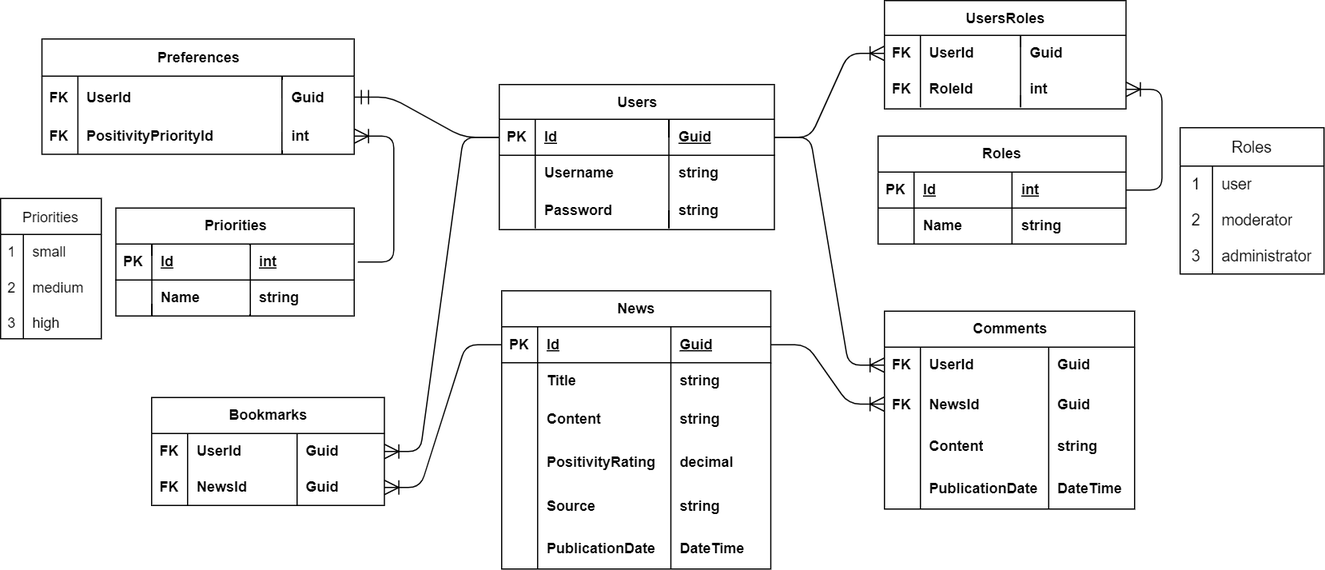
Before: db.drawio.png, a diagram exported from draw.io (MikiW03/NewsWave). Source tidied: cells renumbered, new cells last; positions are measured from the earlier drawing's top-left corner, leaving out a move shared by most shapes.
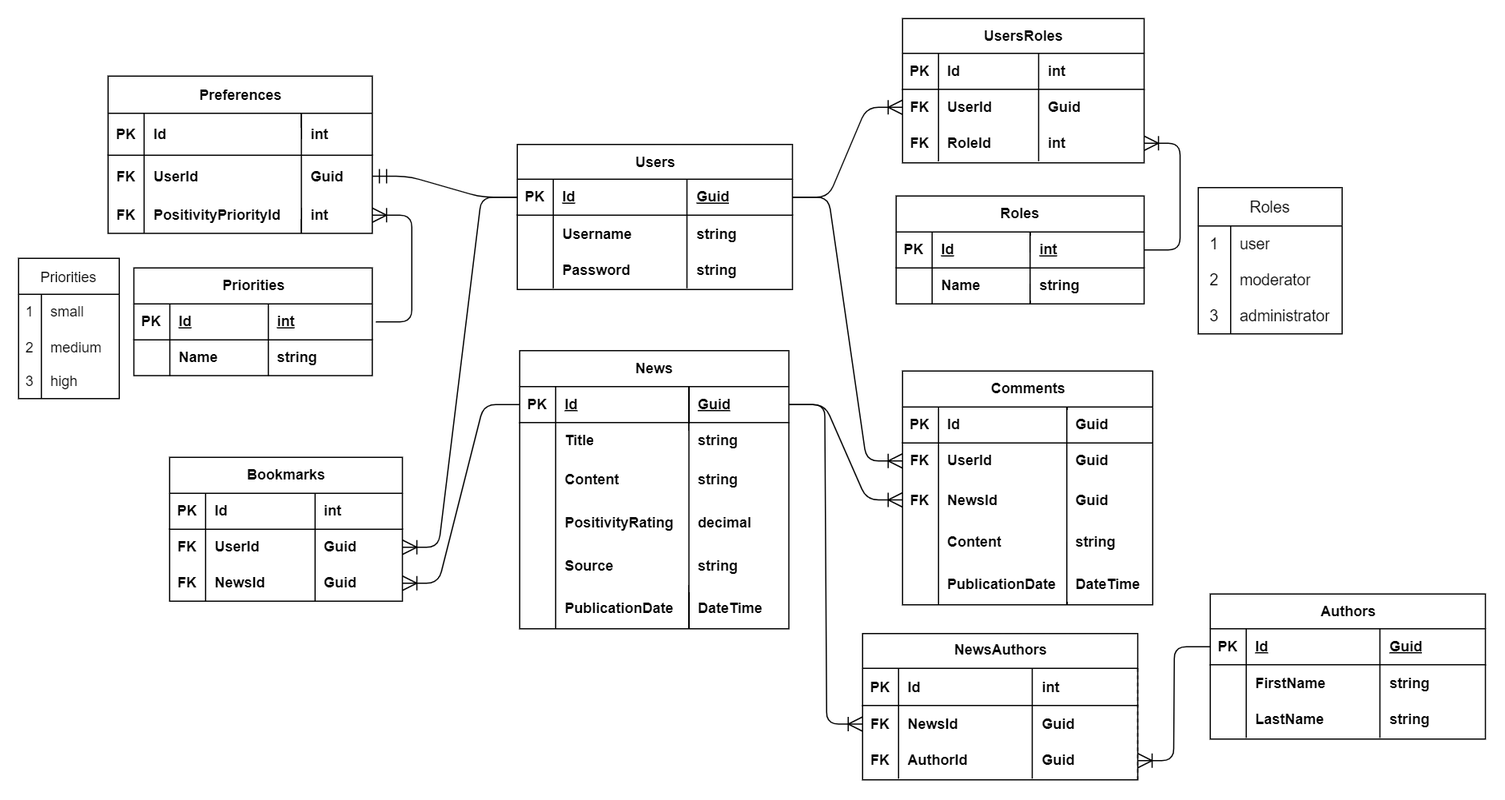
Later version of the same file.

Commit message:
Update db schema draft

The edit, as a diff of the source:
```diff
@@ -119,6 +119,18 @@
     <mxCell id="40" value="Comments" style="shape=table;startSize=30;rowLines=0;fontStyle=1;align=center;html=1;rounded=0;" parent="1" vertex="1">
-      <mxGeometry x="737.3" y="259" width="208.6" height="165" as="geometry" />
+      <mxGeometry x="737.3" y="259" width="208.6" height="195" as="geometry" />
     </mxCell>
+    <mxCell id="130" style="shape=tableRow;horizontal=0;startSize=0;swimlaneHead=0;swimlaneBody=0;fillColor=none;top=0;left=0;right=0;bottom=1;rounded=0;" parent="40" vertex="1">
+      <mxGeometry y="30" width="208.6" height="30" as="geometry" />
+    </mxCell>
+    <mxCell id="131" value="&lt;b&gt;PK&lt;/b&gt;" style="shape=partialRectangle;fillColor=none;top=0;left=0;bottom=0;right=0;overflow=hidden;whiteSpace=wrap;html=1;rounded=0;" parent="130" vertex="1">
+      <mxGeometry width="30" height="30" as="geometry" />
+    </mxCell>
+    <mxCell id="132" value="&lt;b&gt;Id&lt;/b&gt;" style="shape=partialRectangle;fillColor=none;top=0;left=0;bottom=0;right=0;align=left;spacingLeft=6;overflow=hidden;whiteSpace=wrap;html=1;rounded=0;" parent="130" vertex="1">
+      <mxGeometry x="30" width="107" height="30" as="geometry" />
+    </mxCell>
+    <mxCell id="133" value="Guid" style="shape=partialRectangle;fillColor=none;top=0;left=0;bottom=0;right=0;align=left;spacingLeft=6;overflow=hidden;whiteSpace=wrap;html=1;rounded=0;fontStyle=1;" parent="130" vertex="1">
+      <mxGeometry x="137" width="71.6" height="30" as="geometry" />
+    </mxCell>
     <mxCell id="41" style="shape=tableRow;horizontal=0;startSize=0;swimlaneHead=0;swimlaneBody=0;fillColor=none;points=[[0,0.5],[1,0.5]];portConstraint=eastwest;top=0;left=0;right=0;bottom=0;rounded=0;" parent="40" vertex="1">
-      <mxGeometry y="30" width="208.6" height="30" as="geometry" />
+      <mxGeometry y="60" width="208.6" height="30" as="geometry" />
     </mxCell>
@@ -134,3 +146,3 @@
     <mxCell id="45" style="shape=tableRow;horizontal=0;startSize=0;swimlaneHead=0;swimlaneBody=0;fillColor=none;points=[[0,0.5],[1,0.5]];portConstraint=eastwest;top=0;left=0;right=0;bottom=0;fontStyle=1;rounded=0;" parent="40" vertex="1">
-      <mxGeometry y="60" width="208.6" height="35" as="geometry" />
+      <mxGeometry y="90" width="208.6" height="35" as="geometry" />
     </mxCell>
@@ -146,3 +158,3 @@
     <mxCell id="49" style="shape=tableRow;horizontal=0;startSize=0;swimlaneHead=0;swimlaneBody=0;fillColor=none;top=0;left=0;right=0;bottom=0;fontStyle=1;rounded=0;" parent="40" vertex="1">
-      <mxGeometry y="95" width="208.6" height="35" as="geometry" />
+      <mxGeometry y="125" width="208.6" height="35" as="geometry" />
     </mxCell>
@@ -158,3 +170,3 @@
     <mxCell id="53" style="shape=tableRow;horizontal=0;startSize=0;swimlaneHead=0;swimlaneBody=0;fillColor=none;top=0;left=0;right=0;bottom=0;fontStyle=1;rounded=0;" parent="40" vertex="1">
-      <mxGeometry y="130" width="208.6" height="35" as="geometry" />
+      <mxGeometry y="160" width="208.6" height="35" as="geometry" />
     </mxCell>
@@ -203,6 +215,18 @@
     <mxCell id="68" value="UsersRoles" style="shape=table;startSize=29;rowLines=0;fontStyle=1;align=center;html=1;rounded=0;" parent="1" vertex="1">
-      <mxGeometry x="737.3" width="201.5" height="90.3" as="geometry" />
+      <mxGeometry x="737.3" y="-35" width="201.5" height="120.3" as="geometry" />
     </mxCell>
+    <mxCell id="134" style="shape=tableRow;horizontal=0;startSize=0;swimlaneHead=0;swimlaneBody=0;fillColor=none;top=0;left=0;right=0;bottom=1;rounded=0;" parent="68" vertex="1">
+      <mxGeometry y="29" width="201.5" height="30" as="geometry" />
+    </mxCell>
+    <mxCell id="135" value="&lt;b&gt;PK&lt;/b&gt;" style="shape=partialRectangle;fillColor=none;top=0;left=0;bottom=0;right=0;overflow=hidden;whiteSpace=wrap;html=1;rounded=0;" parent="134" vertex="1">
+      <mxGeometry width="30" height="30" as="geometry" />
+    </mxCell>
+    <mxCell id="136" value="&lt;b&gt;Id&lt;/b&gt;" style="shape=partialRectangle;fillColor=none;top=0;left=0;bottom=0;right=0;align=left;spacingLeft=6;overflow=hidden;whiteSpace=wrap;html=1;rounded=0;" parent="134" vertex="1">
+      <mxGeometry x="30" width="83.5" height="30" as="geometry" />
+    </mxCell>
+    <mxCell id="137" value="&lt;b&gt;int&lt;/b&gt;" style="shape=partialRectangle;fillColor=none;top=0;left=0;bottom=0;right=0;align=left;spacingLeft=6;overflow=hidden;whiteSpace=wrap;html=1;rounded=0;" parent="134" vertex="1">
+      <mxGeometry x="113.5" width="88" height="30" as="geometry" />
+    </mxCell>
     <mxCell id="69" style="shape=tableRow;horizontal=0;startSize=0;swimlaneHead=0;swimlaneBody=0;fillColor=none;points=[[0,0.5],[1,0.5]];portConstraint=eastwest;top=0;left=0;right=0;bottom=0;rounded=0;" parent="68" vertex="1">
-      <mxGeometry y="29" width="201.5" height="30" as="geometry" />
+      <mxGeometry y="59" width="201.5" height="30" as="geometry" />
     </mxCell>
@@ -218,3 +242,3 @@
     <mxCell id="73" style="shape=tableRow;horizontal=0;startSize=0;swimlaneHead=0;swimlaneBody=0;fillColor=none;points=[[0,0.5],[1,0.5]];portConstraint=eastwest;top=0;left=0;right=0;bottom=0;rounded=0;" parent="68" vertex="1">
-      <mxGeometry y="59" width="201.5" height="30" as="geometry" />
+      <mxGeometry y="89" width="201.5" height="30" as="geometry" />
     </mxCell>
@@ -237,6 +261,18 @@
     <mxCell id="78" value="Bookmarks" style="shape=table;startSize=30;rowLines=0;fontStyle=1;align=center;html=1;rounded=0;" parent="1" vertex="1">
-      <mxGeometry x="126" y="331" width="194.2" height="90" as="geometry" />
+      <mxGeometry x="126" y="331" width="194.2" height="120" as="geometry" />
     </mxCell>
+    <mxCell id="138" style="shape=tableRow;horizontal=0;startSize=0;swimlaneHead=0;swimlaneBody=0;fillColor=none;top=0;left=0;right=0;bottom=1;rounded=0;" parent="78" vertex="1">
+      <mxGeometry y="30" width="194.2" height="30" as="geometry" />
+    </mxCell>
+    <mxCell id="139" value="PK" style="shape=partialRectangle;fillColor=none;top=0;left=0;bottom=0;right=0;overflow=hidden;whiteSpace=wrap;html=1;rounded=0;fontStyle=1;" parent="138" vertex="1">
+      <mxGeometry width="30" height="30" as="geometry" />
+    </mxCell>
+    <mxCell id="140" value="Id" style="shape=partialRectangle;fillColor=none;top=0;left=0;bottom=0;right=0;align=left;spacingLeft=6;overflow=hidden;whiteSpace=wrap;html=1;rounded=0;fontStyle=1;" parent="138" vertex="1">
+      <mxGeometry x="30" width="91.3" height="30" as="geometry" />
+    </mxCell>
+    <mxCell id="141" value="int" style="shape=partialRectangle;fillColor=none;top=0;left=0;bottom=0;right=0;align=left;spacingLeft=6;overflow=hidden;whiteSpace=wrap;html=1;rounded=0;fontStyle=1;" parent="138" vertex="1">
+      <mxGeometry x="121.3" width="72.9" height="30" as="geometry" />
+    </mxCell>
     <mxCell id="79" style="shape=tableRow;horizontal=0;startSize=0;swimlaneHead=0;swimlaneBody=0;fillColor=none;points=[[0,0.5],[1,0.5]];portConstraint=eastwest;top=0;left=0;right=0;bottom=0;rounded=0;" parent="78" vertex="1">
-      <mxGeometry y="30" width="194.2" height="30" as="geometry" />
+      <mxGeometry y="60" width="194.2" height="30" as="geometry" />
     </mxCell>
@@ -252,3 +288,3 @@
     <mxCell id="83" style="shape=tableRow;horizontal=0;startSize=0;swimlaneHead=0;swimlaneBody=0;fillColor=none;points=[[0,0.5],[1,0.5]];portConstraint=eastwest;top=0;left=0;right=0;bottom=0;rounded=0;" parent="78" vertex="1">
-      <mxGeometry y="60" width="194.2" height="30" as="geometry" />
+      <mxGeometry y="90" width="194.2" height="30" as="geometry" />
     </mxCell>
@@ -284,6 +320,18 @@
     <mxCell id="91" value="Preferences" style="shape=table;startSize=31;rowLines=0;fontStyle=1;align=center;html=1;rounded=0;" parent="1" vertex="1">
-      <mxGeometry x="34.5" y="32" width="260.5" height="96.2" as="geometry" />
+      <mxGeometry x="74.7" y="13" width="220.2" height="131.2" as="geometry" />
     </mxCell>
+    <mxCell id="142" style="shape=tableRow;horizontal=0;startSize=0;swimlaneHead=0;swimlaneBody=0;fillColor=none;top=0;left=0;right=0;bottom=1;rounded=0;fontStyle=0;swimlaneFillColor=none;swimlaneLine=1;" parent="91" vertex="1">
+      <mxGeometry y="31" width="220.2" height="35" as="geometry" />
+    </mxCell>
+    <mxCell id="143" value="PK" style="shape=partialRectangle;fillColor=none;top=0;left=0;bottom=0;right=0;overflow=hidden;whiteSpace=wrap;html=1;rounded=0;fontStyle=1;" parent="142" vertex="1">
+      <mxGeometry width="30" height="35" as="geometry" />
+    </mxCell>
+    <mxCell id="144" value="&lt;b&gt;Id&lt;/b&gt;" style="shape=partialRectangle;fillColor=none;top=0;left=0;bottom=0;right=0;align=left;spacingLeft=6;overflow=hidden;whiteSpace=wrap;html=1;rounded=0;strokeWidth=14;" parent="142" vertex="1">
+      <mxGeometry x="30" width="131.2" height="35" as="geometry" />
+    </mxCell>
+    <mxCell id="145" value="int" style="shape=partialRectangle;fillColor=none;top=0;left=0;bottom=0;right=0;align=left;spacingLeft=6;overflow=hidden;whiteSpace=wrap;html=1;rounded=0;strokeWidth=0;fontStyle=1;" parent="142" vertex="1">
+      <mxGeometry x="161.2" width="59.1" height="35" as="geometry" />
+    </mxCell>
     <mxCell id="92" style="shape=tableRow;horizontal=0;startSize=0;swimlaneHead=0;swimlaneBody=0;fillColor=none;points=[[0,0.5],[1,0.5]];portConstraint=eastwest;top=0;left=0;right=0;bottom=0;rounded=0;" parent="91" vertex="1">
-      <mxGeometry y="31" width="260.5" height="35" as="geometry" />
+      <mxGeometry y="66" width="220.2" height="35" as="geometry" />
     </mxCell>
@@ -293,9 +341,9 @@
     <mxCell id="94" value="&lt;b&gt;UserId&lt;/b&gt;" style="shape=partialRectangle;fillColor=none;top=0;left=0;bottom=0;right=0;align=left;spacingLeft=6;overflow=hidden;whiteSpace=wrap;html=1;rounded=0;" parent="92" vertex="1">
-      <mxGeometry x="30" width="170.2" height="35" as="geometry" />
+      <mxGeometry x="30" width="131.2" height="35" as="geometry" />
     </mxCell>
     <mxCell id="95" value="&lt;b&gt;Guid&lt;/b&gt;" style="shape=partialRectangle;fillColor=none;top=0;left=0;bottom=0;right=0;align=left;spacingLeft=6;overflow=hidden;whiteSpace=wrap;html=1;rounded=0;strokeWidth=0;" parent="92" vertex="1">
-      <mxGeometry x="200.2" width="60.2" height="35" as="geometry" />
+      <mxGeometry x="161.2" width="59.1" height="35" as="geometry" />
     </mxCell>
     <mxCell id="96" style="shape=tableRow;horizontal=0;startSize=0;swimlaneHead=0;swimlaneBody=0;fillColor=none;points=[[0,0.5],[1,0.5]];portConstraint=eastwest;top=0;left=0;right=0;bottom=0;rounded=0;" parent="91" vertex="1">
-      <mxGeometry y="66" width="260.5" height="30" as="geometry" />
+      <mxGeometry y="101" width="220.2" height="30" as="geometry" />
     </mxCell>
@@ -305,9 +353,9 @@
     <mxCell id="98" value="&lt;b&gt;PositivityPriorityId&lt;/b&gt;" style="shape=partialRectangle;fillColor=none;top=0;left=0;bottom=0;right=0;align=left;spacingLeft=6;overflow=hidden;whiteSpace=wrap;html=1;rounded=0;" parent="96" vertex="1">
-      <mxGeometry x="30" width="170.2" height="30" as="geometry" />
+      <mxGeometry x="30" width="131.2" height="30" as="geometry" />
     </mxCell>
     <mxCell id="99" value="&lt;b&gt;int&lt;/b&gt;" style="shape=partialRectangle;fillColor=none;top=0;left=0;bottom=0;right=0;align=left;spacingLeft=6;overflow=hidden;whiteSpace=wrap;html=1;rounded=0;" parent="96" vertex="1">
-      <mxGeometry x="200.2" width="60.2" height="30" as="geometry" />
+      <mxGeometry x="161.2" width="59.1" height="30" as="geometry" />
     </mxCell>
     <mxCell id="100" value="Priorities" style="shape=table;startSize=30;rowLines=0;fontStyle=1;align=center;html=1;rounded=0;" parent="1" vertex="1">
-      <mxGeometry x="96.2" y="173" width="198.8" height="90" as="geometry" />
+      <mxGeometry x="96.2" y="173" width="198.8" height="89.8" as="geometry" />
     </mxCell>
@@ -402,2 +450,86 @@
     </mxCell>
+    <mxCell id="146" value="Authors" style="shape=table;startSize=29;rowLines=0;fontStyle=1;align=center;html=1;rounded=0;" parent="1" vertex="1">
+      <mxGeometry x="994" y="445" width="229.5" height="121.1" as="geometry" />
+    </mxCell>
+    <mxCell id="147" style="shape=tableRow;horizontal=0;startSize=0;swimlaneHead=0;swimlaneBody=0;fillColor=none;points=[[0,0.5],[1,0.5]];portConstraint=eastwest;top=0;left=0;right=0;bottom=1;rounded=0;" parent="146" vertex="1">
+      <mxGeometry y="29" width="229.5" height="30" as="geometry" />
+    </mxCell>
+    <mxCell id="148" value="PK" style="shape=partialRectangle;fillColor=none;top=0;left=0;bottom=0;right=0;fontStyle=1;overflow=hidden;whiteSpace=wrap;html=1;rounded=0;" parent="147" vertex="1">
+      <mxGeometry width="30" height="30" as="geometry" />
+    </mxCell>
+    <mxCell id="149" value="Id" style="shape=partialRectangle;fillColor=none;top=0;left=0;bottom=0;right=0;align=left;spacingLeft=6;fontStyle=5;overflow=hidden;whiteSpace=wrap;html=1;rounded=0;" parent="147" vertex="1">
+      <mxGeometry x="30" width="111.5" height="30" as="geometry" />
+    </mxCell>
+    <mxCell id="150" value="Guid" style="shape=partialRectangle;fillColor=none;top=0;left=0;bottom=0;right=0;align=left;spacingLeft=6;fontStyle=5;overflow=hidden;whiteSpace=wrap;html=1;rounded=0;" parent="147" vertex="1">
+      <mxGeometry x="141.5" width="88" height="30" as="geometry" />
+    </mxCell>
+    <mxCell id="151" style="shape=tableRow;horizontal=0;startSize=0;swimlaneHead=0;swimlaneBody=0;fillColor=none;top=0;left=0;right=0;bottom=0;rounded=0;" parent="146" vertex="1">
+      <mxGeometry y="59" width="229.5" height="31" as="geometry" />
+    </mxCell>
+    <mxCell id="152" style="shape=partialRectangle;fillColor=none;top=0;left=0;bottom=0;right=0;overflow=hidden;whiteSpace=wrap;html=1;rounded=0;" parent="151" vertex="1">
+      <mxGeometry width="30" height="31" as="geometry" />
+    </mxCell>
+    <mxCell id="153" value="&lt;b&gt;FirstName&lt;/b&gt;" style="shape=partialRectangle;fillColor=none;top=0;left=0;bottom=0;right=0;align=left;spacingLeft=6;overflow=hidden;whiteSpace=wrap;html=1;rounded=0;" parent="151" vertex="1">
+      <mxGeometry x="30" width="111.5" height="31" as="geometry" />
+    </mxCell>
+    <mxCell id="154" value="&lt;b&gt;string&lt;/b&gt;" style="shape=partialRectangle;fillColor=none;top=0;left=0;bottom=0;right=0;align=left;spacingLeft=6;overflow=hidden;whiteSpace=wrap;html=1;rounded=0;" parent="151" vertex="1">
+      <mxGeometry x="141.5" width="88" height="31" as="geometry" />
+    </mxCell>
+    <mxCell id="155" style="shape=tableRow;horizontal=0;startSize=0;swimlaneHead=0;swimlaneBody=0;fillColor=none;top=0;left=0;right=0;bottom=0;rounded=0;" parent="146" vertex="1">
+      <mxGeometry y="90" width="229.5" height="30" as="geometry" />
+    </mxCell>
+    <mxCell id="156" style="shape=partialRectangle;fillColor=none;top=0;left=0;bottom=0;right=0;overflow=hidden;whiteSpace=wrap;html=1;rounded=0;" parent="155" vertex="1">
+      <mxGeometry width="30" height="30" as="geometry" />
+    </mxCell>
+    <mxCell id="157" value="&lt;b&gt;LastName&lt;/b&gt;" style="shape=partialRectangle;fillColor=none;top=0;left=0;bottom=0;right=0;align=left;spacingLeft=6;overflow=hidden;whiteSpace=wrap;html=1;rounded=0;" parent="155" vertex="1">
+      <mxGeometry x="30" width="111.5" height="30" as="geometry" />
+    </mxCell>
+    <mxCell id="158" value="&lt;b&gt;string&lt;/b&gt;" style="shape=partialRectangle;fillColor=none;top=0;left=0;bottom=0;right=0;align=left;spacingLeft=6;overflow=hidden;whiteSpace=wrap;html=1;rounded=0;" parent="155" vertex="1">
+      <mxGeometry x="141.5" width="88" height="30" as="geometry" />
+    </mxCell>
+    <mxCell id="159" value="NewsAuthors" style="shape=table;startSize=29;rowLines=0;fontStyle=1;align=center;html=1;rounded=0;separatorColor=#000000;" parent="1" vertex="1">
+      <mxGeometry x="704" y="478" width="229.5" height="122.1" as="geometry" />
+    </mxCell>
+    <mxCell id="160" style="shape=tableRow;horizontal=0;startSize=0;swimlaneHead=0;swimlaneBody=0;fillColor=none;top=0;left=0;right=0;bottom=1;rounded=0;fontStyle=1;perimeterSpacing=6;absoluteArcSize=0;fixDash=0;" parent="159" vertex="1">
+      <mxGeometry y="29" width="229.5" height="31" as="geometry" />
+    </mxCell>
+    <mxCell id="161" value="&lt;b&gt;PK&lt;/b&gt;" style="shape=partialRectangle;fillColor=none;top=0;left=0;bottom=0;right=0;overflow=hidden;whiteSpace=wrap;html=1;rounded=0;" parent="160" vertex="1">
+      <mxGeometry width="30" height="31" as="geometry" />
+    </mxCell>
+    <mxCell id="162" value="Id" style="shape=partialRectangle;fillColor=none;top=0;left=0;bottom=0;right=0;align=left;spacingLeft=6;overflow=hidden;whiteSpace=wrap;html=1;rounded=0;fontStyle=1;perimeterSpacing=7;" parent="160" vertex="1">
+      <mxGeometry x="30" width="111.5" height="31" as="geometry" />
+    </mxCell>
+    <mxCell id="163" value="int" style="shape=partialRectangle;fillColor=none;top=0;left=0;bottom=0;right=0;align=left;spacingLeft=6;overflow=hidden;whiteSpace=wrap;html=1;rounded=0;fontStyle=1;" parent="160" vertex="1">
+      <mxGeometry x="141.5" width="88" height="31" as="geometry" />
+    </mxCell>
+    <mxCell id="164" style="shape=tableRow;horizontal=0;startSize=0;swimlaneHead=0;swimlaneBody=0;fillColor=none;points=[[0,0.5],[1,0.5]];portConstraint=eastwest;top=0;left=0;right=0;bottom=0;rounded=0;" parent="159" vertex="1">
+      <mxGeometry y="60" width="229.5" height="31" as="geometry" />
+    </mxCell>
+    <mxCell id="165" value="&lt;b&gt;FK&lt;/b&gt;" style="shape=partialRectangle;fillColor=none;top=0;left=0;bottom=0;right=0;overflow=hidden;whiteSpace=wrap;html=1;rounded=0;" parent="164" vertex="1">
+      <mxGeometry width="30" height="31" as="geometry" />
+    </mxCell>
+    <mxCell id="166" value="&lt;b&gt;NewsId&lt;/b&gt;" style="shape=partialRectangle;fillColor=none;top=0;left=0;bottom=0;right=0;align=left;spacingLeft=6;overflow=hidden;whiteSpace=wrap;html=1;rounded=0;" parent="164" vertex="1">
+      <mxGeometry x="30" width="111.5" height="31" as="geometry" />
+    </mxCell>
+    <mxCell id="167" value="&lt;b&gt;Guid&lt;/b&gt;" style="shape=partialRectangle;fillColor=none;top=0;left=0;bottom=0;right=0;align=left;spacingLeft=6;overflow=hidden;whiteSpace=wrap;html=1;rounded=0;" parent="164" vertex="1">
+      <mxGeometry x="141.5" width="88" height="31" as="geometry" />
+    </mxCell>
+    <mxCell id="168" style="shape=tableRow;horizontal=0;startSize=0;swimlaneHead=0;swimlaneBody=0;fillColor=none;points=[[0,0.5],[1,0.5]];portConstraint=eastwest;top=0;left=0;right=0;bottom=0;rounded=0;" parent="159" vertex="1">
+      <mxGeometry y="91" width="229.5" height="30" as="geometry" />
+    </mxCell>
+    <mxCell id="169" value="&lt;b&gt;FK&lt;/b&gt;" style="shape=partialRectangle;fillColor=none;top=0;left=0;bottom=0;right=0;overflow=hidden;whiteSpace=wrap;html=1;rounded=0;" parent="168" vertex="1">
+      <mxGeometry width="30" height="30" as="geometry" />
+    </mxCell>
+    <mxCell id="170" value="&lt;b&gt;AuthorId&lt;/b&gt;" style="shape=partialRectangle;fillColor=none;top=0;left=0;bottom=0;right=0;align=left;spacingLeft=6;overflow=hidden;whiteSpace=wrap;html=1;rounded=0;" parent="168" vertex="1">
+      <mxGeometry x="30" width="111.5" height="30" as="geometry" />
+    </mxCell>
+    <mxCell id="171" value="&lt;b&gt;Guid&lt;/b&gt;" style="shape=partialRectangle;fillColor=none;top=0;left=0;bottom=0;right=0;align=left;spacingLeft=6;overflow=hidden;whiteSpace=wrap;html=1;rounded=0;" parent="168" vertex="1">
+      <mxGeometry x="141.5" width="88" height="30" as="geometry" />
+    </mxCell>
+    <mxCell id="172" style="edgeStyle=entityRelationEdgeStyle;fontSize=12;html=1;endArrow=ERoneToMany;rounded=1;endSize=10;arcSize=20;startSize=10;entryX=0;entryY=0.5;entryDx=0;entryDy=0;curved=0;exitX=1;exitY=0.5;exitDx=0;exitDy=0;" parent="1" edge="1" source="16" target="164">
+      <mxGeometry relative="1" as="geometry" />
+    </mxCell>
+    <mxCell id="173" style="edgeStyle=entityRelationEdgeStyle;fontSize=12;html=1;endArrow=ERoneToMany;rounded=1;endSize=10;arcSize=20;startSize=10;entryX=1;entryY=0.5;entryDx=0;entryDy=0;curved=0;exitX=0;exitY=0.5;exitDx=0;exitDy=0;" parent="1" edge="1" source="147" target="168">
+      <mxGeometry relative="1" as="geometry" />
+    </mxCell>
   </root>
```
